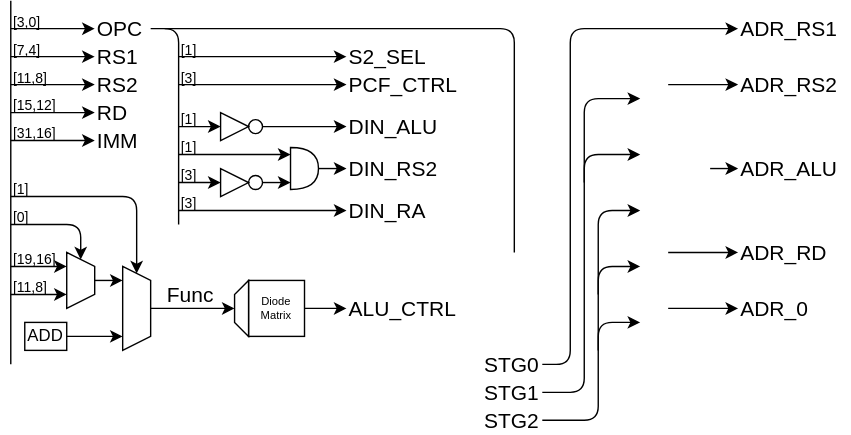
The draw.io diagram Lab/Computer/RK16/9_Hardware/img/decoder.dio.svg in amane-uehara/kanade-k-1228.github.io, before a commit. Source tidied: cells renumbered, new cells last; positions are measured from the earlier drawing's top-left corner, leaving out a move shared by most shapes. Its diagram source:
```xml
<mxGraphModel>
  <root>
    <mxCell id="0" />
    <mxCell id="1" parent="0" />
    <mxCell id="2" style="endArrow=classic;html=1;" parent="1" edge="1">
      <mxGeometry relative="1" as="geometry">
        <mxPoint y="40" as="sourcePoint" />
        <mxPoint x="60" y="40" as="targetPoint" />
      </mxGeometry>
    </mxCell>
    <mxCell id="3" value="RS1" style="text;html=1;strokeColor=none;fillColor=none;align=left;verticalAlign=middle;whiteSpace=wrap;rounded=0;fontSize=15;" parent="1" vertex="1">
      <mxGeometry x="60" y="30" width="40" height="20" as="geometry" />
    </mxCell>
    <mxCell id="4" style="endArrow=classic;html=1;" parent="1" edge="1">
      <mxGeometry relative="1" as="geometry">
        <mxPoint y="60" as="sourcePoint" />
        <mxPoint x="60" y="60" as="targetPoint" />
      </mxGeometry>
    </mxCell>
    <mxCell id="5" value="RS2" style="text;html=1;strokeColor=none;fillColor=none;align=left;verticalAlign=middle;whiteSpace=wrap;rounded=0;fontSize=15;" parent="1" vertex="1">
      <mxGeometry x="60" y="50" width="40" height="20" as="geometry" />
    </mxCell>
    <mxCell id="6" style="endArrow=classic;html=1;" parent="1" edge="1">
      <mxGeometry relative="1" as="geometry">
        <mxPoint y="80" as="sourcePoint" />
        <mxPoint x="60" y="80" as="targetPoint" />
      </mxGeometry>
    </mxCell>
    <mxCell id="7" value="RD" style="text;html=1;strokeColor=none;fillColor=none;align=left;verticalAlign=middle;whiteSpace=wrap;rounded=0;fontSize=15;" parent="1" vertex="1">
      <mxGeometry x="60" y="70" width="40" height="20" as="geometry" />
    </mxCell>
    <mxCell id="8" value="IMM" style="text;html=1;strokeColor=none;fillColor=none;align=left;verticalAlign=middle;whiteSpace=wrap;rounded=0;fontSize=15;" parent="1" vertex="1">
      <mxGeometry x="60" y="90" width="40" height="20" as="geometry" />
    </mxCell>
    <mxCell id="9" value="DIN_ALU" style="text;html=1;strokeColor=none;fillColor=none;align=left;verticalAlign=middle;whiteSpace=wrap;rounded=0;fontSize=15;" parent="1" vertex="1">
      <mxGeometry x="240" y="80" width="70" height="20" as="geometry" />
    </mxCell>
    <mxCell id="10" style="endArrow=classic;html=1;" parent="1" edge="1">
      <mxGeometry relative="1" as="geometry">
        <mxPoint x="380" y="260" as="sourcePoint" />
        <mxPoint x="520" y="20" as="targetPoint" />
        <Array as="points">
          <mxPoint x="400" y="260" />
          <mxPoint x="400" y="20" />
        </Array>
      </mxGeometry>
    </mxCell>
    <mxCell id="11" value="ADR_RS1" style="text;html=1;strokeColor=none;fillColor=none;align=left;verticalAlign=middle;whiteSpace=wrap;rounded=0;fontSize=15;" parent="1" vertex="1">
      <mxGeometry x="520" y="10" width="80" height="20" as="geometry" />
    </mxCell>
    <mxCell id="12" value="S2_SEL" style="text;html=1;strokeColor=none;fillColor=none;align=left;verticalAlign=middle;whiteSpace=wrap;rounded=0;fontSize=15;" parent="1" vertex="1">
      <mxGeometry x="240" y="30" width="70" height="20" as="geometry" />
    </mxCell>
    <mxCell id="13" style="endArrow=classic;html=1;" parent="1" edge="1">
      <mxGeometry relative="1" as="geometry">
        <mxPoint x="100" y="220" as="sourcePoint" />
        <mxPoint x="160" y="220" as="targetPoint" />
      </mxGeometry>
    </mxCell>
    <mxCell id="14" value="ALU_CTRL" style="text;html=1;strokeColor=none;fillColor=none;align=left;verticalAlign=middle;whiteSpace=wrap;rounded=0;fontSize=15;" parent="1" vertex="1">
      <mxGeometry x="240" y="210" width="80" height="20" as="geometry" />
    </mxCell>
    <mxCell id="15" style="endArrow=none;html=1;" parent="1" edge="1">
      <mxGeometry relative="1" as="geometry">
        <mxPoint y="260" as="sourcePoint" />
        <mxPoint as="targetPoint" />
      </mxGeometry>
    </mxCell>
    <mxCell id="16" value="[7,4]" style="text;html=1;strokeColor=none;fillColor=none;align=left;verticalAlign=middle;whiteSpace=wrap;rounded=0;fontSize=10;" parent="1" vertex="1">
      <mxGeometry y="30" width="40" height="10" as="geometry" />
    </mxCell>
    <mxCell id="17" value="[11,8]" style="text;html=1;strokeColor=none;fillColor=none;align=left;verticalAlign=middle;whiteSpace=wrap;rounded=0;fontSize=10;" parent="1" vertex="1">
      <mxGeometry y="50" width="40" height="10" as="geometry" />
    </mxCell>
    <mxCell id="18" value="[15,12]" style="text;html=1;strokeColor=none;fillColor=none;align=left;verticalAlign=middle;whiteSpace=wrap;rounded=0;fontSize=10;" parent="1" vertex="1">
      <mxGeometry y="70" width="40" height="10" as="geometry" />
    </mxCell>
    <mxCell id="19" style="endArrow=classic;html=1;" parent="1" edge="1">
      <mxGeometry relative="1" as="geometry">
        <mxPoint x="470" y="60" as="sourcePoint" />
        <mxPoint x="520" y="60" as="targetPoint" />
      </mxGeometry>
    </mxCell>
    <mxCell id="20" value="ADR_RS2" style="text;html=1;strokeColor=none;fillColor=none;align=left;verticalAlign=middle;whiteSpace=wrap;rounded=0;fontSize=15;" parent="1" vertex="1">
      <mxGeometry x="520" y="50" width="80" height="20" as="geometry" />
    </mxCell>
    <mxCell id="21" value="ADR_RD" style="text;html=1;strokeColor=none;fillColor=none;align=left;verticalAlign=middle;whiteSpace=wrap;rounded=0;fontSize=15;" parent="1" vertex="1">
      <mxGeometry x="520" y="170" width="80" height="20" as="geometry" />
    </mxCell>
    <mxCell id="22" value="ADR_ALU" style="text;html=1;strokeColor=none;fillColor=none;align=left;verticalAlign=middle;whiteSpace=wrap;rounded=0;fontSize=15;" parent="1" vertex="1">
      <mxGeometry x="520" y="110" width="80" height="20" as="geometry" />
    </mxCell>
    <mxCell id="23" value="ADR_0" style="text;html=1;strokeColor=none;fillColor=none;align=left;verticalAlign=middle;whiteSpace=wrap;rounded=0;fontSize=15;" parent="1" vertex="1">
      <mxGeometry x="520" y="210" width="80" height="20" as="geometry" />
    </mxCell>
    <mxCell id="24" style="endArrow=classic;html=1;" parent="1" edge="1">
      <mxGeometry relative="1" as="geometry">
        <mxPoint y="20" as="sourcePoint" />
        <mxPoint x="60" y="20" as="targetPoint" />
      </mxGeometry>
    </mxCell>
    <mxCell id="25" value="[3,0]" style="text;html=1;strokeColor=none;fillColor=none;align=left;verticalAlign=middle;whiteSpace=wrap;rounded=0;fontSize=10;" parent="1" vertex="1">
      <mxGeometry y="10" width="40" height="10" as="geometry" />
    </mxCell>
    <mxCell id="26" style="shape=trapezoid;perimeter=trapezoidPerimeter;whiteSpace=wrap;html=1;fixedSize=1;direction=south;size=9.999999999999943;" parent="1" vertex="1">
      <mxGeometry x="40" y="180" width="20" height="40" as="geometry" />
    </mxCell>
    <mxCell id="27" value="[19,16]" style="text;html=1;strokeColor=none;fillColor=none;align=left;verticalAlign=middle;whiteSpace=wrap;rounded=0;fontSize=10;" parent="1" vertex="1">
      <mxGeometry y="180" width="40" height="10" as="geometry" />
    </mxCell>
    <mxCell id="28" value="[11,8]" style="text;html=1;strokeColor=none;fillColor=none;align=left;verticalAlign=middle;whiteSpace=wrap;rounded=0;fontSize=10;" parent="1" vertex="1">
      <mxGeometry y="200" width="40" height="10" as="geometry" />
    </mxCell>
    <mxCell id="29" style="endArrow=classic;html=1;" parent="1" edge="1">
      <mxGeometry relative="1" as="geometry">
        <mxPoint y="210" as="sourcePoint" />
        <mxPoint x="40" y="210" as="targetPoint" />
      </mxGeometry>
    </mxCell>
    <mxCell id="30" style="endArrow=classic;html=1;" parent="1" edge="1">
      <mxGeometry relative="1" as="geometry">
        <mxPoint x="40" y="240" as="sourcePoint" />
        <mxPoint x="80" y="240" as="targetPoint" />
      </mxGeometry>
    </mxCell>
    <mxCell id="31" value="ADD" style="rounded=0;whiteSpace=wrap;html=1;" parent="1" vertex="1">
      <mxGeometry x="10" y="230" width="30" height="20" as="geometry" />
    </mxCell>
    <mxCell id="32" style="endArrow=classic;html=1;" parent="1" edge="1">
      <mxGeometry relative="1" as="geometry">
        <mxPoint y="160" as="sourcePoint" />
        <mxPoint x="50" y="185" as="targetPoint" />
        <Array as="points">
          <mxPoint x="50" y="160" />
        </Array>
      </mxGeometry>
    </mxCell>
    <mxCell id="33" style="endArrow=classic;html=1;" parent="1" edge="1">
      <mxGeometry relative="1" as="geometry">
        <mxPoint x="380" y="280" as="sourcePoint" />
        <mxPoint x="450" y="70" as="targetPoint" />
        <Array as="points">
          <mxPoint x="410" y="280" />
          <mxPoint x="410" y="70" />
        </Array>
      </mxGeometry>
    </mxCell>
    <mxCell id="34" style="endArrow=classic;html=1;" parent="1" edge="1">
      <mxGeometry relative="1" as="geometry">
        <mxPoint x="410" y="130" as="sourcePoint" />
        <mxPoint x="450" y="110" as="targetPoint" />
        <Array as="points">
          <mxPoint x="410" y="110" />
        </Array>
      </mxGeometry>
    </mxCell>
    <mxCell id="35" style="endArrow=classic;html=1;" parent="1" edge="1">
      <mxGeometry relative="1" as="geometry">
        <mxPoint x="380" y="300" as="sourcePoint" />
        <mxPoint x="450" y="150" as="targetPoint" />
        <Array as="points">
          <mxPoint x="420" y="300" />
          <mxPoint x="420" y="150" />
        </Array>
      </mxGeometry>
    </mxCell>
    <mxCell id="36" style="endArrow=classic;html=1;" parent="1" edge="1">
      <mxGeometry relative="1" as="geometry">
        <mxPoint x="420" y="210" as="sourcePoint" />
        <mxPoint x="450" y="190" as="targetPoint" />
        <Array as="points">
          <mxPoint x="420" y="190" />
        </Array>
      </mxGeometry>
    </mxCell>
    <mxCell id="37" style="endArrow=classic;html=1;" parent="1" edge="1">
      <mxGeometry relative="1" as="geometry">
        <mxPoint x="420" y="250" as="sourcePoint" />
        <mxPoint x="450" y="230" as="targetPoint" />
        <Array as="points">
          <mxPoint x="420" y="230" />
        </Array>
      </mxGeometry>
    </mxCell>
    <mxCell id="38" style="endArrow=classic;html=1;" parent="1" edge="1">
      <mxGeometry relative="1" as="geometry">
        <mxPoint x="500" y="120" as="sourcePoint" />
        <mxPoint x="520" y="120" as="targetPoint" />
      </mxGeometry>
    </mxCell>
    <mxCell id="39" style="endArrow=classic;html=1;" parent="1" edge="1">
      <mxGeometry relative="1" as="geometry">
        <mxPoint x="470" y="180" as="sourcePoint" />
        <mxPoint x="520" y="180" as="targetPoint" />
      </mxGeometry>
    </mxCell>
    <mxCell id="40" style="endArrow=classic;html=1;" parent="1" edge="1">
      <mxGeometry relative="1" as="geometry">
        <mxPoint x="470" y="220" as="sourcePoint" />
        <mxPoint x="520" y="220" as="targetPoint" />
      </mxGeometry>
    </mxCell>
    <mxCell id="41" value="STG0" style="text;html=1;strokeColor=none;fillColor=none;align=right;verticalAlign=middle;whiteSpace=wrap;rounded=0;fontSize=15;" parent="1" vertex="1">
      <mxGeometry x="330" y="250" width="50" height="20" as="geometry" />
    </mxCell>
    <mxCell id="42" value="[0]" style="text;html=1;strokeColor=none;fillColor=none;align=left;verticalAlign=middle;whiteSpace=wrap;rounded=0;fontSize=10;" parent="1" vertex="1">
      <mxGeometry y="150" width="20" height="10" as="geometry" />
    </mxCell>
    <mxCell id="43" style="shape=trapezoid;perimeter=trapezoidPerimeter;whiteSpace=wrap;html=1;fixedSize=1;direction=south;size=9.999999999999943;" parent="1" vertex="1">
      <mxGeometry x="80" y="190" width="20" height="60" as="geometry" />
    </mxCell>
    <mxCell id="44" style="endArrow=classic;html=1;" parent="1" edge="1">
      <mxGeometry relative="1" as="geometry">
        <mxPoint x="60" y="200" as="sourcePoint" />
        <mxPoint x="80" y="200" as="targetPoint" />
      </mxGeometry>
    </mxCell>
    <mxCell id="45" value="Diode&lt;br&gt;Matrix" style="rounded=0;whiteSpace=wrap;html=1;fontSize=8;" parent="1" vertex="1">
      <mxGeometry x="170" y="200" width="40" height="40" as="geometry" />
    </mxCell>
    <mxCell id="46" style="endArrow=classic;html=1;fontSize=5;" parent="1" edge="1">
      <mxGeometry relative="1" as="geometry">
        <mxPoint x="210" y="220" as="sourcePoint" />
        <mxPoint x="240" y="220" as="targetPoint" />
      </mxGeometry>
    </mxCell>
    <mxCell id="47" style="endArrow=classic;html=1;" parent="1" edge="1">
      <mxGeometry relative="1" as="geometry">
        <mxPoint y="100" as="sourcePoint" />
        <mxPoint x="60" y="100" as="targetPoint" />
      </mxGeometry>
    </mxCell>
    <mxCell id="48" value="[31,16]" style="text;html=1;strokeColor=none;fillColor=none;align=left;verticalAlign=middle;whiteSpace=wrap;rounded=0;fontSize=10;" parent="1" vertex="1">
      <mxGeometry y="90" width="40" height="10" as="geometry" />
    </mxCell>
    <mxCell id="49" value="STG1" style="text;html=1;strokeColor=none;fillColor=none;align=right;verticalAlign=middle;whiteSpace=wrap;rounded=0;fontSize=15;" parent="1" vertex="1">
      <mxGeometry x="330" y="270" width="50" height="20" as="geometry" />
    </mxCell>
    <mxCell id="50" value="STG2" style="text;html=1;strokeColor=none;fillColor=none;align=right;verticalAlign=middle;whiteSpace=wrap;rounded=0;fontSize=15;" parent="1" vertex="1">
      <mxGeometry x="330" y="290" width="50" height="20" as="geometry" />
    </mxCell>
    <mxCell id="51" value="OPC" style="text;html=1;strokeColor=none;fillColor=none;align=left;verticalAlign=middle;whiteSpace=wrap;rounded=0;fontSize=15;" parent="1" vertex="1">
      <mxGeometry x="60" y="10" width="40" height="20" as="geometry" />
    </mxCell>
    <mxCell id="52" style="endArrow=classic;html=1;" parent="1" edge="1">
      <mxGeometry relative="1" as="geometry">
        <mxPoint x="120" y="40" as="sourcePoint" />
        <mxPoint x="240" y="40" as="targetPoint" />
      </mxGeometry>
    </mxCell>
    <mxCell id="53" value="Func" style="text;html=1;strokeColor=none;fillColor=none;align=left;verticalAlign=middle;whiteSpace=wrap;rounded=0;fontSize=15;" parent="1" vertex="1">
      <mxGeometry x="110" y="200" width="40" height="20" as="geometry" />
    </mxCell>
    <mxCell id="54" style="endArrow=classic;html=1;" parent="1" edge="1">
      <mxGeometry relative="1" as="geometry">
        <mxPoint y="190" as="sourcePoint" />
        <mxPoint x="40" y="190" as="targetPoint" />
      </mxGeometry>
    </mxCell>
    <mxCell id="55" style="endArrow=classic;html=1;" parent="1" edge="1">
      <mxGeometry relative="1" as="geometry">
        <mxPoint y="140" as="sourcePoint" />
        <mxPoint x="90" y="195" as="targetPoint" />
        <Array as="points">
          <mxPoint x="90" y="140" />
        </Array>
      </mxGeometry>
    </mxCell>
    <mxCell id="56" value="[1]" style="text;html=1;strokeColor=none;fillColor=none;align=left;verticalAlign=middle;whiteSpace=wrap;rounded=0;fontSize=10;" parent="1" vertex="1">
      <mxGeometry y="130" width="20" height="10" as="geometry" />
    </mxCell>
    <mxCell id="57" style="endArrow=none;html=1;fontSize=15;" parent="1" edge="1">
      <mxGeometry relative="1" as="geometry">
        <mxPoint x="100" y="20" as="sourcePoint" />
        <mxPoint x="120" y="160" as="targetPoint" />
        <Array as="points">
          <mxPoint x="120" y="20" />
        </Array>
      </mxGeometry>
    </mxCell>
    <mxCell id="58" value="[1]" style="text;html=1;strokeColor=none;fillColor=none;align=left;verticalAlign=middle;whiteSpace=wrap;rounded=0;fontSize=10;" parent="1" vertex="1">
      <mxGeometry x="120" y="30" width="20" height="10" as="geometry" />
    </mxCell>
    <mxCell id="59" style="shape=or;whiteSpace=wrap;html=1;fontSize=8;" parent="1" vertex="1">
      <mxGeometry x="200" y="105" width="20" height="30" as="geometry" />
    </mxCell>
    <mxCell id="60" style="endArrow=classic;html=1;" parent="1" edge="1">
      <mxGeometry relative="1" as="geometry">
        <mxPoint x="180" y="90" as="sourcePoint" />
        <mxPoint x="240" y="90" as="targetPoint" />
      </mxGeometry>
    </mxCell>
    <mxCell id="61" style="endArrow=classic;html=1;" parent="1" edge="1">
      <mxGeometry relative="1" as="geometry">
        <mxPoint x="120" y="110" as="sourcePoint" />
        <mxPoint x="200" y="110" as="targetPoint" />
      </mxGeometry>
    </mxCell>
    <mxCell id="62" style="endArrow=classic;html=1;" parent="1" edge="1">
      <mxGeometry relative="1" as="geometry">
        <mxPoint x="120" y="130" as="sourcePoint" />
        <mxPoint x="150" y="130" as="targetPoint" />
      </mxGeometry>
    </mxCell>
    <mxCell id="63" value="[1]" style="text;html=1;strokeColor=none;fillColor=none;align=left;verticalAlign=middle;whiteSpace=wrap;rounded=0;fontSize=10;" parent="1" vertex="1">
      <mxGeometry x="120" y="100" width="20" height="10" as="geometry" />
    </mxCell>
    <mxCell id="64" value="[3]" style="text;html=1;strokeColor=none;fillColor=none;align=left;verticalAlign=middle;whiteSpace=wrap;rounded=0;fontSize=10;" parent="1" vertex="1">
      <mxGeometry x="120" y="120" width="20" height="10" as="geometry" />
    </mxCell>
    <mxCell id="65" style="shape=trapezoid;perimeter=trapezoidPerimeter;whiteSpace=wrap;html=1;fixedSize=1;direction=north;size=9.999999999999943;" parent="1" vertex="1">
      <mxGeometry x="160" y="200" width="10" height="40" as="geometry" />
    </mxCell>
    <mxCell id="66" style="ellipse;whiteSpace=wrap;html=1;fontSize=8;" parent="1" vertex="1">
      <mxGeometry x="170" y="85" width="10" height="10" as="geometry" />
    </mxCell>
    <mxCell id="67" style="triangle;whiteSpace=wrap;html=1;fontSize=15;" parent="1" vertex="1">
      <mxGeometry x="150" y="80" width="20" height="20" as="geometry" />
    </mxCell>
    <mxCell id="68" style="endArrow=classic;html=1;" parent="1" edge="1">
      <mxGeometry relative="1" as="geometry">
        <mxPoint x="120" y="90" as="sourcePoint" />
        <mxPoint x="150" y="90" as="targetPoint" />
      </mxGeometry>
    </mxCell>
    <mxCell id="69" value="PCF_CTRL" style="text;html=1;strokeColor=none;fillColor=none;align=left;verticalAlign=middle;whiteSpace=wrap;rounded=0;fontSize=15;" parent="1" vertex="1">
      <mxGeometry x="240" y="50" width="70" height="20" as="geometry" />
    </mxCell>
    <mxCell id="70" style="endArrow=classic;html=1;" parent="1" edge="1">
      <mxGeometry relative="1" as="geometry">
        <mxPoint x="120" y="60" as="sourcePoint" />
        <mxPoint x="240" y="60" as="targetPoint" />
      </mxGeometry>
    </mxCell>
    <mxCell id="71" value="[3]" style="text;html=1;strokeColor=none;fillColor=none;align=left;verticalAlign=middle;whiteSpace=wrap;rounded=0;fontSize=10;" parent="1" vertex="1">
      <mxGeometry x="120" y="50" width="20" height="10" as="geometry" />
    </mxCell>
    <mxCell id="72" value="[1]" style="text;html=1;strokeColor=none;fillColor=none;align=left;verticalAlign=middle;whiteSpace=wrap;rounded=0;fontSize=10;" parent="1" vertex="1">
      <mxGeometry x="120" y="80" width="20" height="10" as="geometry" />
    </mxCell>
    <mxCell id="73" style="endArrow=classic;html=1;" parent="1" edge="1">
      <mxGeometry relative="1" as="geometry">
        <mxPoint x="220" y="120" as="sourcePoint" />
        <mxPoint x="240" y="120" as="targetPoint" />
      </mxGeometry>
    </mxCell>
    <mxCell id="74" style="ellipse;whiteSpace=wrap;html=1;fontSize=8;" parent="1" vertex="1">
      <mxGeometry x="170" y="125" width="10" height="10" as="geometry" />
    </mxCell>
    <mxCell id="75" style="triangle;whiteSpace=wrap;html=1;fontSize=15;" parent="1" vertex="1">
      <mxGeometry x="150" y="120" width="20" height="20" as="geometry" />
    </mxCell>
    <mxCell id="76" style="endArrow=classic;html=1;" parent="1" edge="1">
      <mxGeometry relative="1" as="geometry">
        <mxPoint x="180" y="130" as="sourcePoint" />
        <mxPoint x="200" y="130" as="targetPoint" />
      </mxGeometry>
    </mxCell>
    <mxCell id="77" value="DIN_RS2" style="text;html=1;strokeColor=none;fillColor=none;align=left;verticalAlign=middle;whiteSpace=wrap;rounded=0;fontSize=15;" parent="1" vertex="1">
      <mxGeometry x="240" y="110" width="70" height="20" as="geometry" />
    </mxCell>
    <mxCell id="78" value="DIN_RA" style="text;html=1;strokeColor=none;fillColor=none;align=left;verticalAlign=middle;whiteSpace=wrap;rounded=0;fontSize=15;" parent="1" vertex="1">
      <mxGeometry x="240" y="140" width="70" height="20" as="geometry" />
    </mxCell>
    <mxCell id="79" style="endArrow=classic;html=1;" parent="1" edge="1">
      <mxGeometry relative="1" as="geometry">
        <mxPoint x="120" y="150" as="sourcePoint" />
        <mxPoint x="240" y="150" as="targetPoint" />
      </mxGeometry>
    </mxCell>
    <mxCell id="80" value="[3]" style="text;html=1;strokeColor=none;fillColor=none;align=left;verticalAlign=middle;whiteSpace=wrap;rounded=0;fontSize=10;" parent="1" vertex="1">
      <mxGeometry x="120" y="140" width="20" height="10" as="geometry" />
    </mxCell>
    <mxCell id="81" style="endArrow=none;html=1;fontSize=15;" parent="1" edge="1">
      <mxGeometry relative="1" as="geometry">
        <mxPoint x="110" y="20" as="sourcePoint" />
        <mxPoint x="360" y="180" as="targetPoint" />
        <Array as="points">
          <mxPoint x="360" y="20" />
        </Array>
      </mxGeometry>
    </mxCell>
  </root>
</mxGraphModel>
```
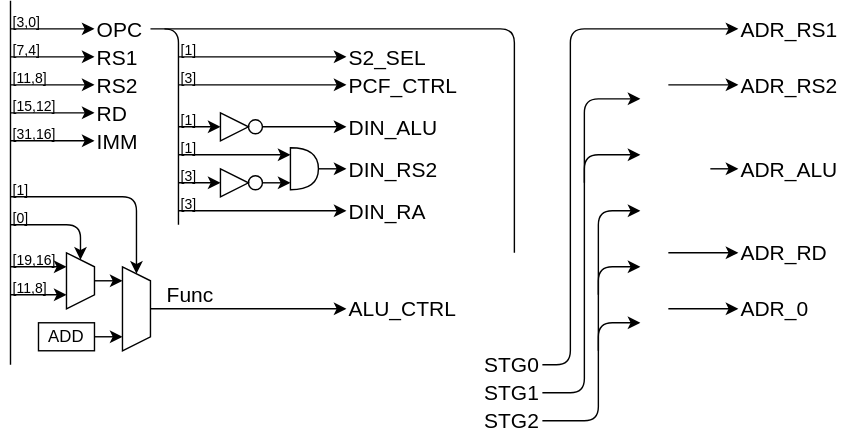
The same diagram one commit later.

What changed in the source:
```diff
@@ -51,12 +51,6 @@
     <mxCell id="12" value="S2_SEL" style="text;html=1;strokeColor=none;fillColor=none;align=left;verticalAlign=middle;whiteSpace=wrap;rounded=0;fontSize=15;" parent="1" vertex="1">
       <mxGeometry x="240" y="30" width="70" height="20" as="geometry" />
     </mxCell>
-    <mxCell id="13" style="endArrow=classic;html=1;" parent="1" edge="1">
-      <mxGeometry relative="1" as="geometry">
-        <mxPoint x="100" y="220" as="sourcePoint" />
-        <mxPoint x="160" y="220" as="targetPoint" />
-      </mxGeometry>
-    </mxCell>
     <mxCell id="14" value="ALU_CTRL" style="text;html=1;strokeColor=none;fillColor=none;align=left;verticalAlign=middle;whiteSpace=wrap;rounded=0;fontSize=15;" parent="1" vertex="1">
       <mxGeometry x="240" y="210" width="80" height="20" as="geometry" />
     </mxCell>
@@ -119,12 +113,12 @@
     </mxCell>
     <mxCell id="30" style="endArrow=classic;html=1;" parent="1" edge="1">
       <mxGeometry relative="1" as="geometry">
-        <mxPoint x="40" y="240" as="sourcePoint" />
+        <mxPoint x="60" y="240" as="sourcePoint" />
         <mxPoint x="80" y="240" as="targetPoint" />
       </mxGeometry>
     </mxCell>
     <mxCell id="31" value="ADD" style="rounded=0;whiteSpace=wrap;html=1;" parent="1" vertex="1">
-      <mxGeometry x="10" y="230" width="30" height="20" as="geometry" />
+      <mxGeometry x="20" y="230" width="40" height="20" as="geometry" />
     </mxCell>
     <mxCell id="32" style="endArrow=classic;html=1;" parent="1" edge="1">
       <mxGeometry relative="1" as="geometry">
@@ -215,12 +209,9 @@
         <mxPoint x="80" y="200" as="targetPoint" />
       </mxGeometry>
     </mxCell>
-    <mxCell id="45" value="Diode&lt;br&gt;Matrix" style="rounded=0;whiteSpace=wrap;html=1;fontSize=8;" parent="1" vertex="1">
-      <mxGeometry x="170" y="200" width="40" height="40" as="geometry" />
-    </mxCell>
     <mxCell id="46" style="endArrow=classic;html=1;fontSize=5;" parent="1" edge="1">
       <mxGeometry relative="1" as="geometry">
-        <mxPoint x="210" y="220" as="sourcePoint" />
+        <mxPoint x="100" y="220" as="sourcePoint" />
         <mxPoint x="240" y="220" as="targetPoint" />
       </mxGeometry>
     </mxCell>
@@ -308,9 +299,6 @@
     <mxCell id="64" value="[3]" style="text;html=1;strokeColor=none;fillColor=none;align=left;verticalAlign=middle;whiteSpace=wrap;rounded=0;fontSize=10;" parent="1" vertex="1">
       <mxGeometry x="120" y="120" width="20" height="10" as="geometry" />
     </mxCell>
-    <mxCell id="65" style="shape=trapezoid;perimeter=trapezoidPerimeter;whiteSpace=wrap;html=1;fixedSize=1;direction=north;size=9.999999999999943;" parent="1" vertex="1">
-      <mxGeometry x="160" y="200" width="10" height="40" as="geometry" />
-    </mxCell>
     <mxCell id="66" style="ellipse;whiteSpace=wrap;html=1;fontSize=8;" parent="1" vertex="1">
       <mxGeometry x="170" y="85" width="10" height="10" as="geometry" />
     </mxCell>
```
